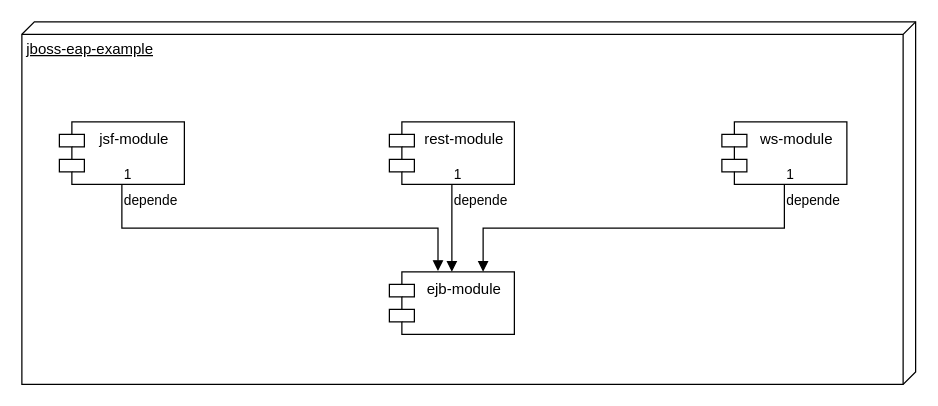
Above: Documentacion/02_ARQUITECTURA/jboss-eap-example-arquitectura.drawio in federicomartinlara1976/jboss-eap-example (draw.io), before the change. Source tidied: cells renumbered, new cells numbered last; positions are measured from the earlier drawing's top-left corner, leaving out a move shared by most shapes. Both pictures are drawn from the tidied source at 125%, with x=0, y=0 at pixel (21, 21).
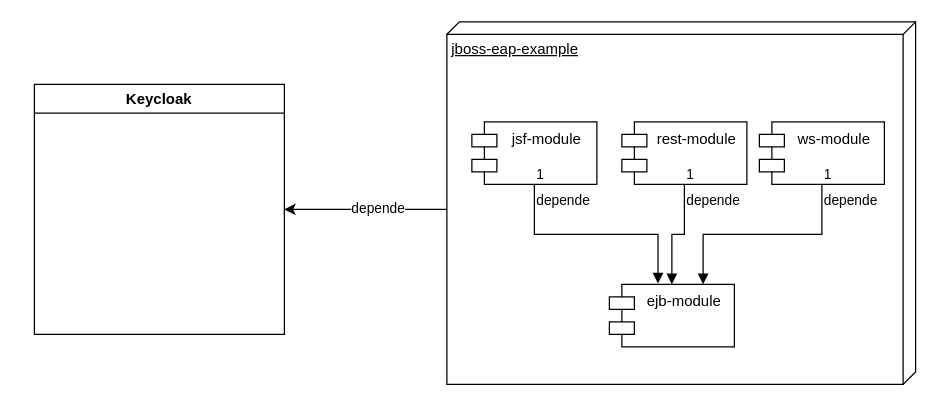
After the change.

What changed in the source:
```diff
@@
 <mxGraphModel>
   <root>
     <mxCell id="0" />
     <mxCell id="1" parent="0" />
+    <mxCell id="13" style="edgeStyle=orthogonalEdgeStyle;rounded=0;jettySize=auto;html=1;exitX=0;exitY=0;exitDx=150;exitDy=375;exitPerimeter=0;entryX=1;entryY=0.5;entryDx=0;entryDy=0;" parent="1" edge="1" source="2" target="15">
+      <mxGeometry relative="1" as="geometry" />
+    </mxCell>
+    <mxCell id="14" value="depende" style="edgeLabel;html=1;align=center;verticalAlign=middle;" parent="13" vertex="1">
+      <mxGeometry x="-0.14" y="-2" relative="1" as="geometry" />
+    </mxCell>
     <mxCell id="2" value="jboss-eap-example" style="verticalAlign=top;align=left;spacingTop=8;spacingLeft=2;spacingRight=12;shape=cube;size=10;direction=south;fontStyle=4;html=1;whiteSpace=wrap;" parent="1" vertex="1">
-      <mxGeometry width="715" height="290" as="geometry" />
+      <mxGeometry x="340" width="375" height="290" as="geometry" />
     </mxCell>
     <mxCell id="3" value="jsf-module" style="shape=module;align=left;spacingLeft=20;align=center;verticalAlign=top;whiteSpace=wrap;html=1;" parent="1" vertex="1">
-      <mxGeometry x="30" y="80" width="100" height="50" as="geometry" />
+      <mxGeometry x="360" y="80" width="100" height="50" as="geometry" />
     </mxCell>
     <mxCell id="4" value="rest-module" style="shape=module;align=left;spacingLeft=20;align=center;verticalAlign=top;whiteSpace=wrap;html=1;" parent="1" vertex="1">
-      <mxGeometry x="294" y="80" width="100" height="50" as="geometry" />
+      <mxGeometry x="480" y="80" width="100" height="50" as="geometry" />
     </mxCell>
     <mxCell id="5" value="ws-module" style="shape=module;align=left;spacingLeft=20;align=center;verticalAlign=top;whiteSpace=wrap;html=1;" parent="1" vertex="1">
-      <mxGeometry x="560" y="80" width="100" height="50" as="geometry" />
+      <mxGeometry x="590" y="80" width="100" height="50" as="geometry" />
     </mxCell>
     <mxCell id="6" value="ejb-module" style="shape=module;align=left;spacingLeft=20;align=center;verticalAlign=top;whiteSpace=wrap;html=1;" parent="1" vertex="1">
-      <mxGeometry x="294" y="200" width="100" height="50" as="geometry" />
+      <mxGeometry x="470" y="210" width="100" height="50" as="geometry" />
     </mxCell>
     <mxCell id="7" value="depende" style="endArrow=block;endFill=1;html=1;edgeStyle=orthogonalEdgeStyle;align=left;verticalAlign=top;rounded=0;exitX=0.5;exitY=1;exitDx=0;exitDy=0;entryX=0.389;entryY=-0.014;entryDx=0;entryDy=0;entryPerimeter=0;" parent="1" edge="1" source="3" target="6">
       <mxGeometry x="-1" relative="1" as="geometry" />
     </mxCell>
     <mxCell id="8" value="1" style="edgeLabel;html=1;align=left;verticalAlign=bottom;" parent="7" vertex="1">
       <mxGeometry x="-1" relative="1" as="geometry" />
     </mxCell>
     <mxCell id="9" value="depende" style="endArrow=block;endFill=1;html=1;edgeStyle=orthogonalEdgeStyle;align=left;verticalAlign=top;rounded=0;exitX=0.5;exitY=1;exitDx=0;exitDy=0;entryX=0.5;entryY=0;entryDx=0;entryDy=0;" parent="1" edge="1" source="4" target="6">
       <mxGeometry x="-1" relative="1" as="geometry" />
     </mxCell>
     <mxCell id="10" value="1" style="edgeLabel;html=1;align=left;verticalAlign=bottom;" parent="9" vertex="1">
       <mxGeometry x="-1" relative="1" as="geometry" />
     </mxCell>
     <mxCell id="11" value="depende" style="endArrow=block;endFill=1;html=1;edgeStyle=orthogonalEdgeStyle;align=left;verticalAlign=top;rounded=0;exitX=0.5;exitY=1;exitDx=0;exitDy=0;entryX=0.75;entryY=0;entryDx=0;entryDy=0;" parent="1" edge="1" source="5" target="6">
       <mxGeometry x="-1" relative="1" as="geometry" />
     </mxCell>
     <mxCell id="12" value="1" style="edgeLabel;html=1;align=left;verticalAlign=bottom;" parent="11" vertex="1">
       <mxGeometry x="-1" relative="1" as="geometry" />
     </mxCell>
+    <mxCell id="15" value="Keycloak" style="swimlane;" parent="1" vertex="1">
+      <mxGeometry x="10" y="50" width="200" height="200" as="geometry" />
+    </mxCell>
   </root>
 </mxGraphModel>
```
